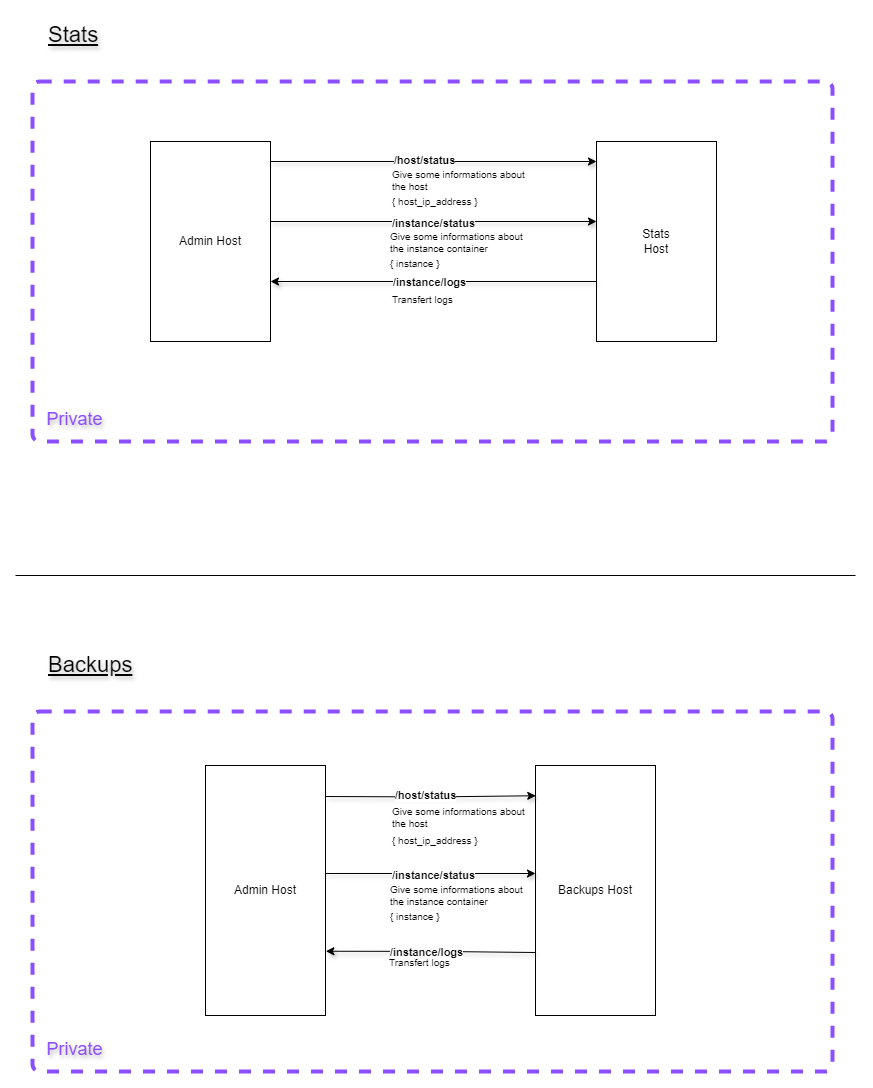
This is doc/Admin.png from yesbabylon/b2, a draw.io export, as it was before one commit. Source tidied: cells renumbered, new cells last; positions are measured from the earlier drawing's top-left corner, leaving out a move shared by most shapes.
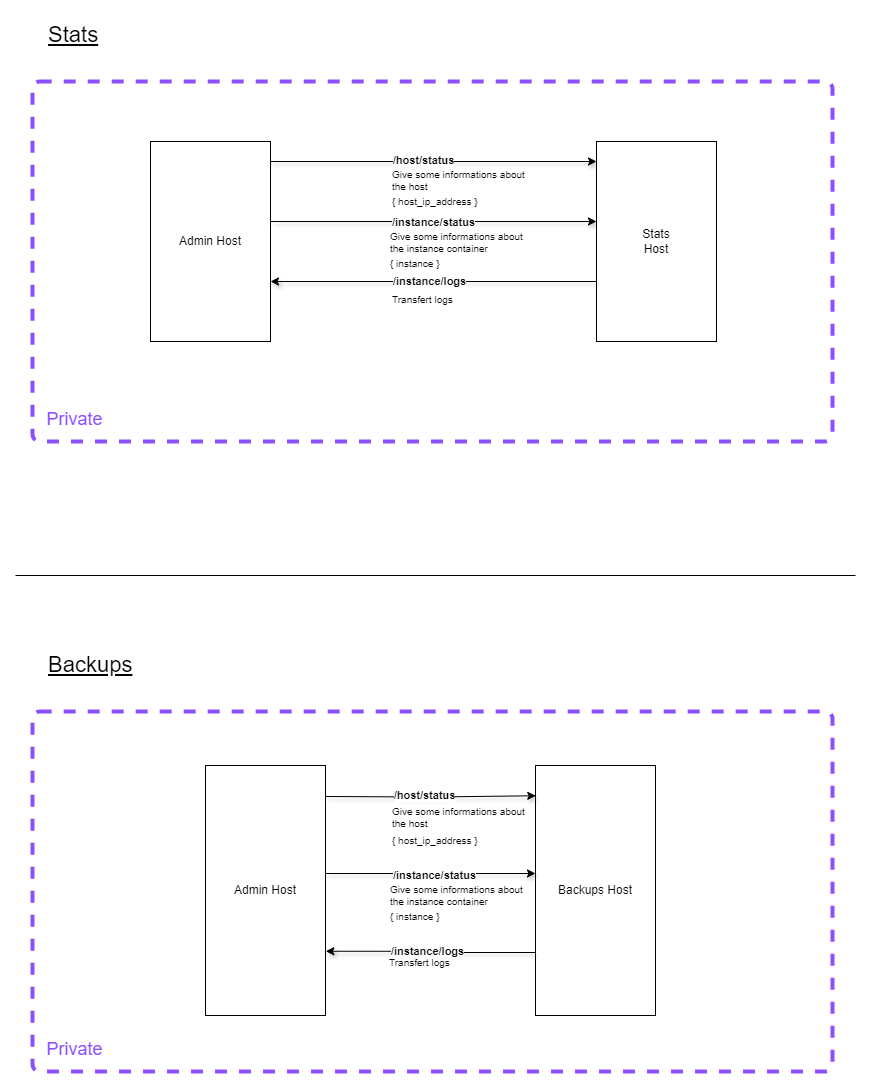
The same diagram one commit later.

Diff of the diagram source:
```diff
@@ -8,7 +8,7 @@
     <mxCell id="3" style="rounded=1;whiteSpace=wrap;html=1;fillColor=none;dashed=1;strokeWidth=4;strokeColor=#8C4FFF;arcSize=2;" parent="1" vertex="1">
       <mxGeometry x="17" y="66" width="800" height="360" as="geometry" />
     </mxCell>
-    <mxCell id="4" value="&lt;font style=&quot;font-size: 22px;&quot;&gt;&lt;u&gt;Stats&lt;/u&gt;&lt;/font&gt;" style="text;html=1;align=left;verticalAlign=middle;strokeColor=none;fillColor=none;textShadow=1;" parent="1" vertex="1">
+    <mxCell id="4" value="&lt;font style=&quot;font-size: 22px;&quot;&gt;&lt;u&gt;Stats&lt;/u&gt;&lt;/font&gt;" style="text;html=1;align=left;verticalAlign=middle;strokeColor=none;fillColor=none;textShadow=0;" parent="1" vertex="1">
       <mxGeometry x="31" width="70" height="40" as="geometry" />
     </mxCell>
     <mxCell id="5" style="edgeStyle=orthogonalEdgeStyle;rounded=0;orthogonalLoop=1;jettySize=auto;html=1;exitX=1;exitY=0.25;exitDx=0;exitDy=0;entryX=0;entryY=0.25;entryDx=0;entryDy=0;shadow=1;textShadow=1;fontStyle=1;" parent="1" edge="1">
@@ -37,7 +37,7 @@
     <mxCell id="10" value="Stats&lt;br&gt;Host" style="whiteSpace=wrap;html=1;" parent="1" vertex="1">
       <mxGeometry x="581" y="126" width="120" height="200" as="geometry" />
     </mxCell>
-    <mxCell id="11" value="&lt;font color=&quot;#8c4fff&quot; style=&quot;font-size: 18px;&quot;&gt;Private&lt;/font&gt;" style="text;html=1;align=center;verticalAlign=middle;strokeColor=none;fillColor=none;textShadow=1;" parent="1" vertex="1">
+    <mxCell id="11" value="&lt;font color=&quot;#8c4fff&quot; style=&quot;font-size: 18px;&quot;&gt;Private&lt;/font&gt;" style="text;html=1;align=center;verticalAlign=middle;strokeColor=none;fillColor=none;textShadow=0;" parent="1" vertex="1">
       <mxGeometry x="19" y="384" width="80" height="40" as="geometry" />
     </mxCell>
     <mxCell id="12" style="edgeStyle=orthogonalEdgeStyle;rounded=0;orthogonalLoop=1;jettySize=auto;html=1;exitX=1;exitY=0.75;exitDx=0;exitDy=0;entryX=0;entryY=0.75;entryDx=0;entryDy=0;shadow=1;textShadow=1;fontStyle=1;endArrow=none;endFill=0;startArrow=classic;startFill=1;" parent="1" edge="1">
@@ -72,10 +72,10 @@
         <mxPoint x="840" y="560" as="targetPoint" />
       </mxGeometry>
     </mxCell>
-    <mxCell id="20" value="&lt;font style=&quot;font-size: 22px;&quot;&gt;&lt;u&gt;Backups&lt;/u&gt;&lt;/font&gt;" style="text;html=1;align=left;verticalAlign=middle;strokeColor=none;fillColor=none;textShadow=1;" parent="1" vertex="1">
+    <mxCell id="20" value="&lt;font style=&quot;font-size: 22px;&quot;&gt;&lt;u&gt;Backups&lt;/u&gt;&lt;/font&gt;" style="text;html=1;align=left;verticalAlign=middle;strokeColor=none;fillColor=none;textShadow=0;" parent="1" vertex="1">
       <mxGeometry x="31" y="630" width="110" height="40" as="geometry" />
     </mxCell>
-    <mxCell id="21" value="&lt;font color=&quot;#8c4fff&quot; style=&quot;font-size: 18px;&quot;&gt;Private&lt;/font&gt;" style="text;html=1;align=center;verticalAlign=middle;strokeColor=none;fillColor=none;textShadow=1;" parent="1" vertex="1">
+    <mxCell id="21" value="&lt;font color=&quot;#8c4fff&quot; style=&quot;font-size: 18px;&quot;&gt;Private&lt;/font&gt;" style="text;html=1;align=center;verticalAlign=middle;strokeColor=none;fillColor=none;textShadow=0;" parent="1" vertex="1">
       <mxGeometry x="19" y="1014" width="80" height="40" as="geometry" />
     </mxCell>
     <mxCell id="22" value="Admin Host" style="whiteSpace=wrap;html=1;" parent="1" vertex="1">
```
